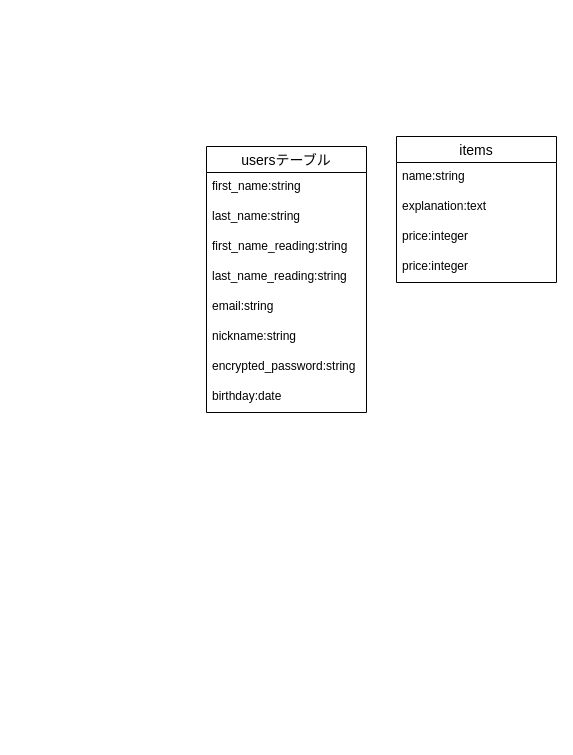
hytarys/furima-28165 keeps this draw.io diagram as furimaの素材/ER図.drawio. Above is the earlier version. Source tidied: cells renumbered, new cells numbered last; positions are measured from the earlier drawing's top-left corner, leaving out a move shared by most shapes. Both pictures are drawn from the tidied source at 100%, with x=0, y=0 at pixel (206, 136).
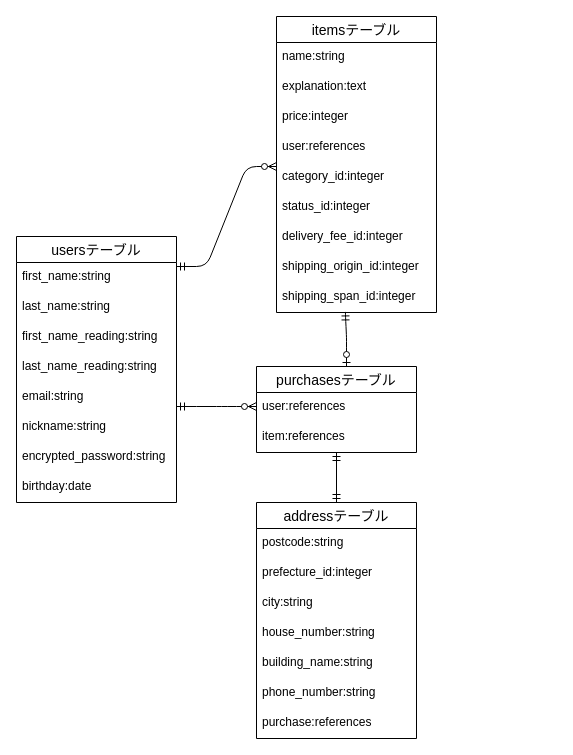
The same diagram, later.

Diff of the diagram source:
```diff
@@
     <mxCell id="2" value="usersテーブル" style="swimlane;fontStyle=0;horizontal=1;startSize=26;align=center;fontSize=14;" parent="1" vertex="1">
-      <mxGeometry y="10" width="160" height="266" as="geometry" />
+      <mxGeometry x="-190" y="100" width="160" height="266" as="geometry" />
     </mxCell>
@@
-    <mxCell id="11" value="items" style="swimlane;fontStyle=0;horizontal=1;startSize=26;align=center;fontSize=14;" parent="1" vertex="1">
-      <mxGeometry x="190" width="160" height="146" as="geometry" />
+    <mxCell id="11" value="itemsテーブル" style="swimlane;fontStyle=0;horizontal=1;startSize=26;align=center;fontSize=14;" parent="1" vertex="1">
+      <mxGeometry x="70" y="-120" width="160" height="296" as="geometry" />
     </mxCell>
@@
-    <mxCell id="15" value="price:integer" style="text;strokeColor=none;fillColor=none;spacingLeft=4;spacingRight=4;overflow=hidden;fontSize=12;" parent="11" vertex="1">
+    <mxCell id="15" value="user:references" style="text;strokeColor=none;fillColor=none;spacingLeft=4;spacingRight=4;overflow=hidden;fontSize=12;" parent="11" vertex="1">
       <mxGeometry y="116" width="160" height="30" as="geometry" />
     </mxCell>
+    <mxCell id="16" value="category_id:integer" style="text;strokeColor=none;fillColor=none;spacingLeft=4;spacingRight=4;overflow=hidden;fontSize=12;" parent="11" vertex="1">
+      <mxGeometry y="146" width="160" height="30" as="geometry" />
+    </mxCell>
+    <mxCell id="17" value="status_id:integer" style="text;strokeColor=none;fillColor=none;spacingLeft=4;spacingRight=4;overflow=hidden;fontSize=12;" parent="11" vertex="1">
+      <mxGeometry y="176" width="160" height="30" as="geometry" />
+    </mxCell>
+    <mxCell id="18" value="delivery_fee_id:integer" style="text;strokeColor=none;fillColor=none;spacingLeft=4;spacingRight=4;overflow=hidden;fontSize=12;" parent="11" vertex="1">
+      <mxGeometry y="206" width="160" height="30" as="geometry" />
+    </mxCell>
+    <mxCell id="19" value="shipping_origin_id:integer" style="text;strokeColor=none;fillColor=none;spacingLeft=4;spacingRight=4;overflow=hidden;fontSize=12;" parent="11" vertex="1">
+      <mxGeometry y="236" width="160" height="30" as="geometry" />
+    </mxCell>
+    <mxCell id="20" value="shipping_span_id:integer" style="text;strokeColor=none;fillColor=none;spacingLeft=4;spacingRight=4;overflow=hidden;points=[[0,0.5],[1,0.5]];portConstraint=eastwest;fontSize=12;" parent="11" vertex="1">
+      <mxGeometry y="266" width="160" height="30" as="geometry" />
+    </mxCell>
+    <mxCell id="21" style="edgeStyle=entityRelationEdgeStyle;fontSize=12;html=1;endArrow=ERzeroToMany;startArrow=ERmandOne;" parent="1" edge="1">
+      <mxGeometry relative="1" as="geometry">
+        <mxPoint x="-30" y="270" as="sourcePoint" />
+        <mxPoint x="50" y="270" as="targetPoint" />
+      </mxGeometry>
+    </mxCell>
+    <mxCell id="22" value="purchasesテーブル" style="swimlane;fontStyle=0;horizontal=1;startSize=26;align=center;fontSize=14;" parent="1" vertex="1">
+      <mxGeometry x="50" y="230" width="160" height="86" as="geometry" />
+    </mxCell>
+    <mxCell id="23" value="user:references" style="text;strokeColor=none;fillColor=none;spacingLeft=4;spacingRight=4;overflow=hidden;fontSize=12;" parent="22" vertex="1">
+      <mxGeometry y="26" width="160" height="30" as="geometry" />
+    </mxCell>
+    <mxCell id="24" value="item:references" style="text;strokeColor=none;fillColor=none;spacingLeft=4;spacingRight=4;overflow=hidden;fontSize=12;" parent="22" vertex="1">
+      <mxGeometry y="56" width="160" height="30" as="geometry" />
+    </mxCell>
+    <mxCell id="25" style="edgeStyle=entityRelationEdgeStyle;fontSize=12;html=1;endArrow=ERzeroToMany;startArrow=ERmandOne;" parent="1" edge="1">
+      <mxGeometry relative="1" as="geometry">
+        <mxPoint x="-30" y="130" as="sourcePoint" />
+        <mxPoint x="70" y="30" as="targetPoint" />
+      </mxGeometry>
+    </mxCell>
+    <mxCell id="26" style="fontSize=12;html=1;endArrow=ERmandOne;startArrow=ERzeroToOne;entryX=0.431;entryY=0.981;entryDx=0;entryDy=0;entryPerimeter=0;endFill=0;startFill=1;" parent="1" edge="1" target="20">
+      <mxGeometry relative="1" as="geometry">
+        <mxPoint x="140" y="230" as="sourcePoint" />
+        <Array as="points">
+          <mxPoint x="140" y="210" />
+          <mxPoint x="140" y="200" />
+          <mxPoint x="139" y="180" />
+        </Array>
+      </mxGeometry>
+    </mxCell>
+    <mxCell id="27" value="addressテーブル" style="swimlane;fontStyle=0;horizontal=1;startSize=26;align=center;fontSize=14;" parent="1" vertex="1">
+      <mxGeometry x="50" y="366" width="160" height="236" as="geometry" />
+    </mxCell>
+    <mxCell id="28" value="postcode:string" style="text;strokeColor=none;fillColor=none;spacingLeft=4;spacingRight=4;overflow=hidden;fontSize=12;" parent="27" vertex="1">
+      <mxGeometry y="26" width="160" height="30" as="geometry" />
+    </mxCell>
+    <mxCell id="29" value="prefecture_id:integer" style="text;strokeColor=none;fillColor=none;spacingLeft=4;spacingRight=4;overflow=hidden;fontSize=12;" parent="27" vertex="1">
+      <mxGeometry y="56" width="160" height="30" as="geometry" />
+    </mxCell>
+    <mxCell id="30" value="city:string" style="text;strokeColor=none;fillColor=none;spacingLeft=4;spacingRight=4;overflow=hidden;fontSize=12;" parent="27" vertex="1">
+      <mxGeometry y="86" width="160" height="30" as="geometry" />
+    </mxCell>
+    <mxCell id="31" value="house_number:string" style="text;strokeColor=none;fillColor=none;spacingLeft=4;spacingRight=4;overflow=hidden;fontSize=12;" parent="27" vertex="1">
+      <mxGeometry y="116" width="160" height="30" as="geometry" />
+    </mxCell>
+    <mxCell id="32" value="building_name:string" style="text;strokeColor=none;fillColor=none;spacingLeft=4;spacingRight=4;overflow=hidden;fontSize=12;" parent="27" vertex="1">
+      <mxGeometry y="146" width="160" height="30" as="geometry" />
+    </mxCell>
+    <mxCell id="33" value="phone_number:string" style="text;strokeColor=none;fillColor=none;spacingLeft=4;spacingRight=4;overflow=hidden;fontSize=12;" parent="27" vertex="1">
+      <mxGeometry y="176" width="160" height="30" as="geometry" />
+    </mxCell>
+    <mxCell id="34" value="purchase:references" style="text;strokeColor=none;fillColor=none;spacingLeft=4;spacingRight=4;overflow=hidden;fontSize=12;" parent="27" vertex="1">
+      <mxGeometry y="206" width="160" height="30" as="geometry" />
+    </mxCell>
+    <mxCell id="35" style="fontSize=12;html=1;endArrow=ERmandOne;startArrow=ERmandOne;endFill=0;startFill=0;exitX=0.5;exitY=0;exitDx=0;exitDy=0;entryX=0.5;entryY=1;entryDx=0;entryDy=0;" parent="1" edge="1" source="27" target="22">
+      <mxGeometry relative="1" as="geometry" />
+    </mxCell>
```
